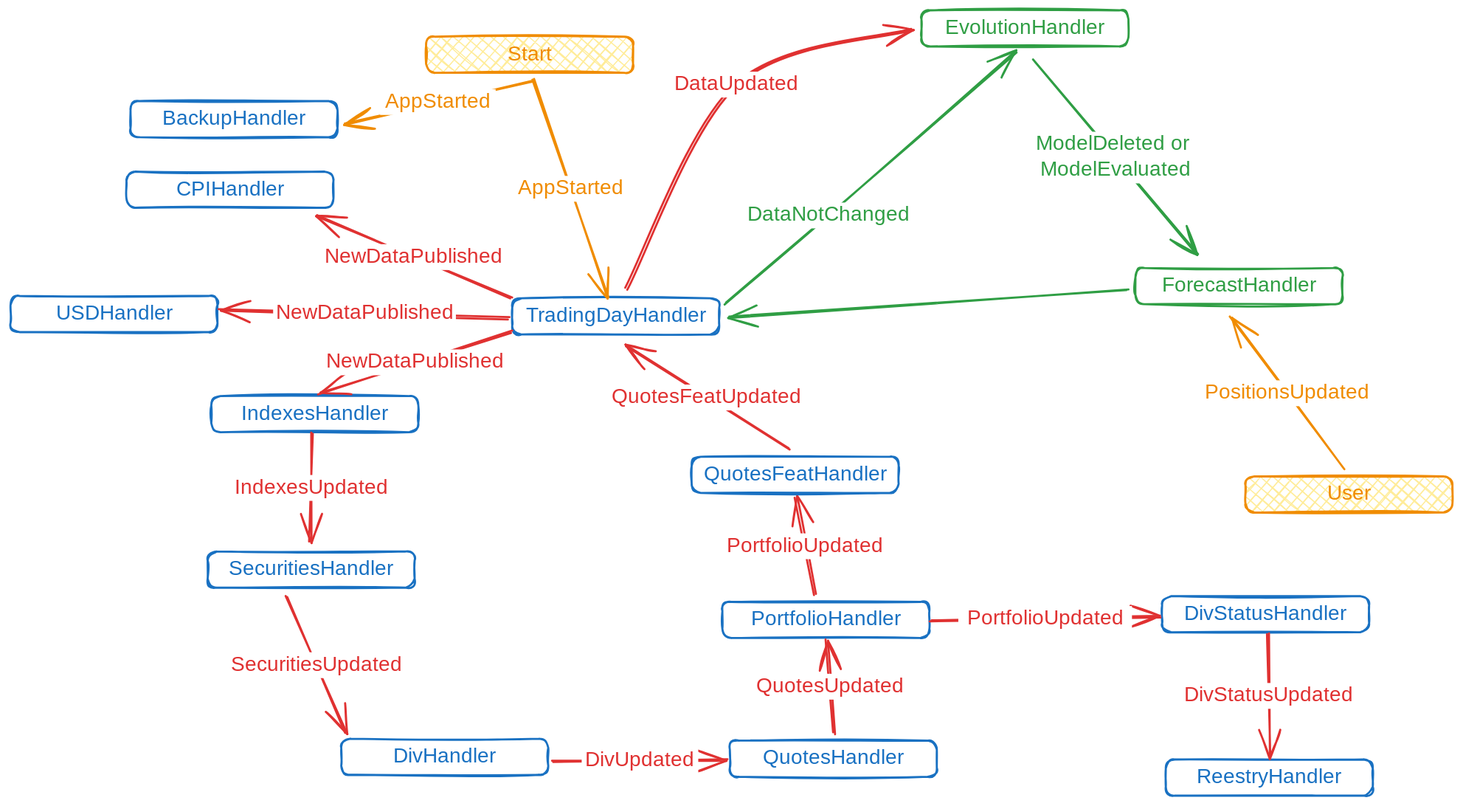
The Excalidraw diagram docs/.excalidraw.svg in WLM1ke/poptimizer, before a commit. Source tidied: one line per element, renumbered; positions are measured from the earlier drawing's top-left corner, leaving out a move shared by most shapes.
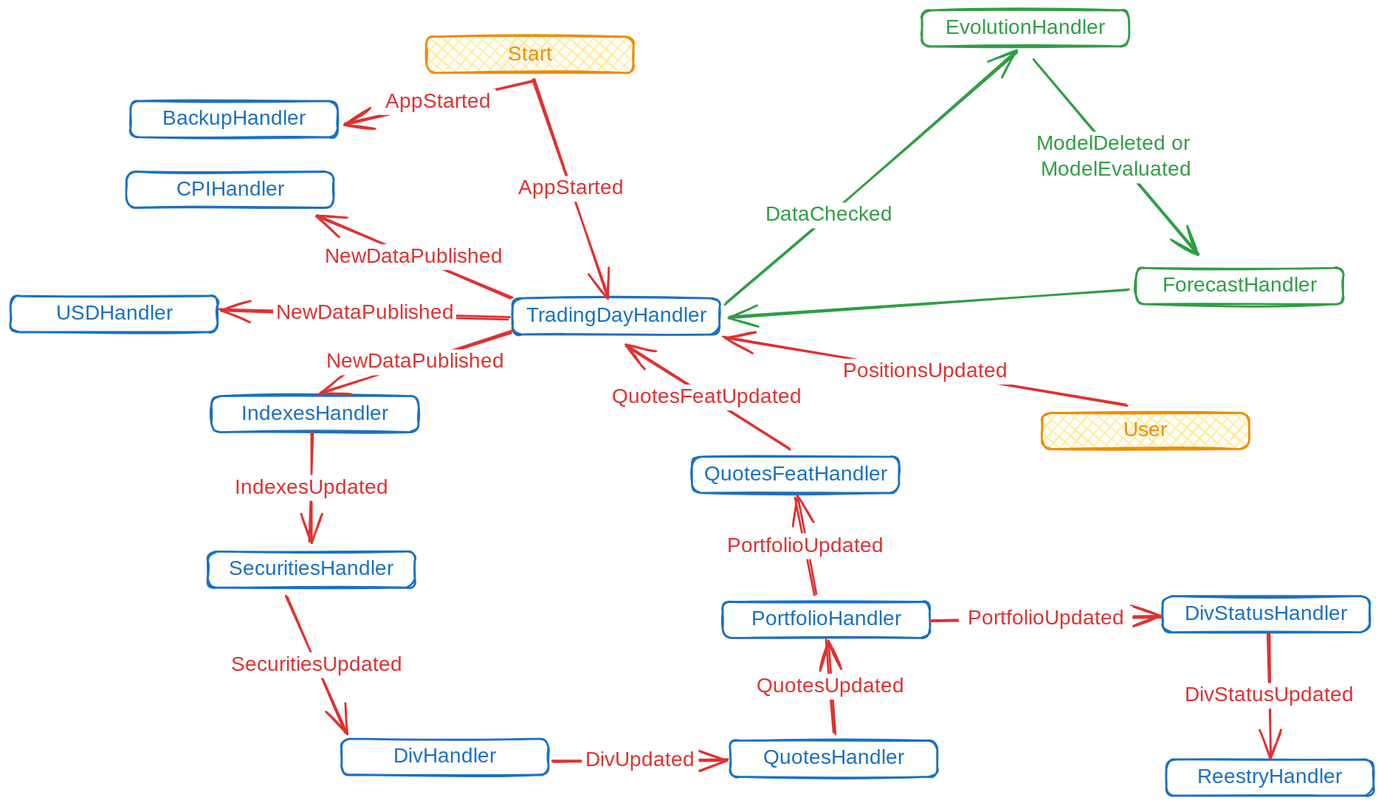
The same file after the commit.

Change to the diagram source:
```diff
@@ -3,13 +3,11 @@
 {"id": 2, "type": "rectangle", "strokeColor": "#2f9e44", "strokeWidth": 2, "roughness": 1, "round": true, "x": 882, "y": 0, "width": 200, "height": 35}
 {"id": 3, "type": "text", "text": "EvolutionHandler", "strokeColor": "#2f9e44", "strokeWidth": 2, "roughness": 1, "fontSize": 20, "fontFamily": 1, "textAlign": "center", "verticalAlign": "middle", "inside": 2, "x": 904, "y": 5, "width": 158, "height": 25}
 {"id": 4, "type": "arrow", "strokeColor": "#2f9e44", "strokeWidth": 2, "roughness": 1, "endArrowhead": "arrow", "round": true, "from": 0, "to": 2, "x": 693, "y": 284, "width": 280, "height": 243, "points": [[0, 0], [99, -85], [280, -243]]}
-{"id": 5, "type": "text", "text": "DataNotChanged", "strokeColor": "#2f9e44", "strokeWidth": 2, "roughness": 1, "fontSize": 20, "fontFamily": 1, "textAlign": "center", "verticalAlign": "middle", "inside": 4, "x": 709, "y": 186, "width": 167, "height": 25}
+{"id": 5, "type": "text", "text": "DataChecked", "strokeColor": "#2f9e44", "strokeWidth": 2, "roughness": 1, "fontSize": 20, "fontFamily": 1, "textAlign": "center", "verticalAlign": "middle", "inside": 4, "x": 728, "y": 186, "width": 129, "height": 25}
 {"id": 6, "type": "rectangle", "strokeColor": "#1971c2", "strokeWidth": 2, "roughness": 1, "round": true, "x": 112, "y": 156, "width": 200, "height": 35}
 {"id": 7, "type": "text", "text": "CPIHandler", "strokeColor": "#1971c2", "strokeWidth": 2, "roughness": 1, "fontSize": 20, "fontFamily": 1, "textAlign": "center", "verticalAlign": "middle", "inside": 6, "x": 159, "y": 161, "width": 107, "height": 25}
 {"id": 8, "type": "arrow", "strokeColor": "#e03131", "strokeWidth": 2, "roughness": 1, "endArrowhead": "arrow", "round": true, "from": 0, "to": 6, "x": 484, "y": 279, "width": 187, "height": 80, "points": [[0, 0], [-187, -80]]}
 {"id": 9, "type": "text", "text": "NewDataPublished", "strokeColor": "#e03131", "strokeWidth": 2, "roughness": 1, "fontSize": 20, "fontFamily": 1, "textAlign": "center", "verticalAlign": "middle", "inside": 8, "x": 311, "y": 226, "width": 177, "height": 25}
-{"id": 10, "type": "arrow", "strokeColor": "#e03131", "strokeWidth": 2, "roughness": 1, "endArrowhead": "arrow", "round": true, "from": 0, "to": 2, "x": 596, "y": 270, "width": 277, "height": 251, "points": [[0, 0], [107, -198], [277, -251]]}
-{"id": 11, "type": "text", "text": "DataUpdated", "strokeColor": "#e03131", "strokeWidth": 2, "roughness": 1, "fontSize": 20, "fontFamily": 1, "textAlign": "center", "verticalAlign": "middle", "inside": 10, "x": 769, "y": 273, "width": 136, "height": 25}
 {"id": 12, "type": "rectangle", "strokeColor": "#1971c2", "strokeWidth": 2, "roughness": 1, "round": true, "x": 194, "y": 373, "width": 200, "height": 35}
 {"id": 13, "type": "text", "text": "IndexesHandler", "strokeColor": "#1971c2", "strokeWidth": 2, "roughness": 1, "fontSize": 20, "fontFamily": 1, "textAlign": "center", "verticalAlign": "middle", "inside": 12, "x": 222, "y": 378, "width": 145, "height": 25}
 {"id": 14, "type": "arrow", "strokeColor": "#e03131", "strokeWidth": 2, "roughness": 1, "endArrowhead": "arrow", "round": true, "from": 0, "to": 12, "x": 485, "y": 311, "width": 187, "height": 60, "points": [[0, 0], [-187, 60]]}
@@ -26,10 +24,10 @@
 {"id": 25, "type": "text", "text": "BackupHandler", "strokeColor": "#1971c2", "strokeWidth": 2, "roughness": 1, "fontSize": 20, "fontFamily": 1, "textAlign": "center", "verticalAlign": "middle", "inside": 24, "x": 147, "y": 93, "width": 139, "height": 25}
 {"id": 26, "type": "rectangle", "strokeColor": "#f08c00", "backgroundColor": "#ffec99", "fillStyle": "cross-hatch", "strokeWidth": 2, "roughness": 1, "round": true, "x": 402, "y": 26, "width": 200, "height": 35}
 {"id": 27, "type": "text", "text": "Start", "strokeColor": "#f08c00", "strokeWidth": 2, "roughness": 1, "fontSize": 20, "fontFamily": 1, "textAlign": "center", "verticalAlign": "middle", "inside": 26, "x": 474, "y": 31, "width": 57, "height": 25}
-{"id": 28, "type": "arrow", "strokeColor": "#f08c00", "strokeWidth": 2, "roughness": 1, "endArrowhead": "arrow", "round": true, "from": 26, "x": 506, "y": 67, "width": 73, "height": 212, "points": [[0, 0], [73, 212]]}
+{"id": 28, "type": "arrow", "strokeColor": "#e03131", "strokeWidth": 2, "roughness": 1, "endArrowhead": "arrow", "round": true, "from": 26, "x": 506, "y": 67, "width": 73, "height": 212, "points": [[0, 0], [73, 212]]}
-{"id": 29, "type": "text", "text": "AppStarted", "strokeColor": "#f08c00", "strokeWidth": 2, "roughness": 1, "fontSize": 20, "fontFamily": 1, "textAlign": "center", "verticalAlign": "middle", "inside": 28, "x": 487, "y": 160, "width": 112, "height": 25}
+{"id": 29, "type": "text", "text": "AppStarted", "strokeColor": "#e03131", "strokeWidth": 2, "roughness": 1, "fontSize": 20, "fontFamily": 1, "textAlign": "center", "verticalAlign": "middle", "inside": 28, "x": 487, "y": 160, "width": 112, "height": 25}
-{"id": 30, "type": "arrow", "strokeColor": "#f08c00", "strokeWidth": 2, "roughness": 1, "endArrowhead": "arrow", "round": true, "from": 26, "to": 24, "x": 505, "y": 68, "width": 182, "height": 42, "points": [[0, 0], [-182, 42]]}
+{"id": 30, "type": "arrow", "strokeColor": "#e03131", "strokeWidth": 2, "roughness": 1, "endArrowhead": "arrow", "round": true, "from": 26, "to": 24, "x": 505, "y": 68, "width": 182, "height": 42, "points": [[0, 0], [-182, 42]]}
-{"id": 31, "type": "text", "text": "AppStarted", "strokeColor": "#f08c00", "strokeWidth": 2, "roughness": 1, "fontSize": 20, "fontFamily": 1, "textAlign": "center", "verticalAlign": "middle", "inside": 30, "x": 374, "y": 72, "width": 112, "height": 25}
+{"id": 31, "type": "text", "text": "AppStarted", "strokeColor": "#e03131", "strokeWidth": 2, "roughness": 1, "fontSize": 20, "fontFamily": 1, "textAlign": "center", "verticalAlign": "middle", "inside": 30, "x": 374, "y": 72, "width": 112, "height": 25}
 {"id": 32, "type": "rectangle", "strokeColor": "#1971c2", "strokeWidth": 2, "roughness": 1, "round": true, "x": 697, "y": 707, "width": 200, "height": 35}
 {"id": 33, "type": "text", "text": "QuotesHandler", "strokeColor": "#1971c2", "strokeWidth": 2, "roughness": 1, "fontSize": 20, "fontFamily": 1, "textAlign": "center", "verticalAlign": "middle", "inside": 32, "x": 727, "y": 712, "width": 140, "height": 25}
 {"id": 34, "type": "arrow", "strokeColor": "#e03131", "strokeWidth": 2, "roughness": 1, "endArrowhead": "arrow", "round": true, "from": 20, "to": 32, "x": 525, "y": 728, "width": 169, "height": 3, "points": [[0, 0], [169, -3]]}
@@ -57,10 +55,10 @@
 {"id": 56, "type": "arrow", "strokeColor": "#2f9e44", "strokeWidth": 2, "roughness": 1, "endArrowhead": "arrow", "round": true, "from": 2, "to": 54, "x": 991, "y": 48, "width": 159, "height": 189, "points": [[0, 0], [159, 189]]}
 {"id": 57, "type": "text", "text": "ModelDeleted or \nModelEvaluated", "strokeColor": "#2f9e44", "strokeWidth": 2, "roughness": 1, "fontSize": 20, "fontFamily": 1, "textAlign": "center", "verticalAlign": "middle", "inside": 56, "x": 939, "y": 122, "width": 170, "height": 50}
 {"id": 58, "type": "arrow", "strokeColor": "#2f9e44", "strokeWidth": 2, "roughness": 1, "endArrowhead": "arrow", "round": true, "from": 54, "to": 0, "x": 1081, "y": 270, "width": 385, "height": 26, "points": [[0, 0], [-385, 26]]}
-{"id": 59, "type": "arrow", "strokeColor": "#f08c00", "strokeWidth": 2, "roughness": 1, "endArrowhead": "arrow", "round": true, "from": 61, "to": 54, "x": 1291, "y": 445, "width": 109, "height": 148, "points": [[0, 0], [-109, -148]]}
+{"id": 59, "type": "arrow", "strokeColor": "#e03131", "strokeWidth": 2, "roughness": 1, "endArrowhead": "arrow", "round": true, "from": 61, "to": 0, "x": 1080, "y": 383, "width": 389, "height": 67, "points": [[0, 0], [-389, -67]]}
-{"id": 60, "type": "text", "text": "PositionsUpdated", "strokeColor": "#f08c00", "strokeWidth": 2, "roughness": 1, "fontSize": 20, "fontFamily": 1, "textAlign": "center", "verticalAlign": "middle", "inside": 59, "x": 907, "y": 330, "width": 169, "height": 25}
+{"id": 60, "type": "text", "text": "PositionsUpdated", "strokeColor": "#e03131", "strokeWidth": 2, "roughness": 1, "fontSize": 20, "fontFamily": 1, "textAlign": "center", "verticalAlign": "middle", "inside": 59, "x": 801, "y": 337, "width": 169, "height": 25}
-{"id": 61, "type": "rectangle", "strokeColor": "#f08c00", "backgroundColor": "#ffec99", "fillStyle": "cross-hatch", "strokeWidth": 2, "roughness": 1, "round": true, "x": 1196, "y": 451, "width": 200, "height": 35}
+{"id": 61, "type": "rectangle", "strokeColor": "#f08c00", "backgroundColor": "#ffec99", "fillStyle": "cross-hatch", "strokeWidth": 2, "roughness": 1, "round": true, "x": 999, "y": 390, "width": 200, "height": 35}
-{"id": 62, "type": "text", "text": "User", "strokeColor": "#f08c00", "strokeWidth": 2, "roughness": 1, "fontSize": 20, "fontFamily": 1, "textAlign": "center", "verticalAlign": "middle", "inside": 61, "x": 1274, "y": 456, "width": 45, "height": 25}
+{"id": 62, "type": "text", "text": "User", "strokeColor": "#f08c00", "strokeWidth": 2, "roughness": 1, "fontSize": 20, "fontFamily": 1, "textAlign": "center", "verticalAlign": "middle", "inside": 61, "x": 1076, "y": 395, "width": 45, "height": 25}
 {"id": 63, "type": "arrow", "strokeColor": "#e03131", "strokeWidth": 2, "roughness": 1, "endArrowhead": "arrow", "round": true, "from": 65, "to": 0, "x": 754, "y": 425, "width": 159, "height": 101, "points": [[0, 0], [-159, -101]]}
 {"id": 64, "type": "text", "text": "QuotesFeatUpdated", "strokeColor": "#e03131", "strokeWidth": 2, "roughness": 1, "fontSize": 20, "fontFamily": 1, "textAlign": "center", "verticalAlign": "middle", "inside": 63, "x": 575, "y": 362, "width": 199, "height": 25}
 {"id": 65, "type": "rectangle", "strokeColor": "#1971c2", "strokeWidth": 2, "roughness": 1, "round": true, "x": 660, "y": 432, "width": 200, "height": 35}
```
